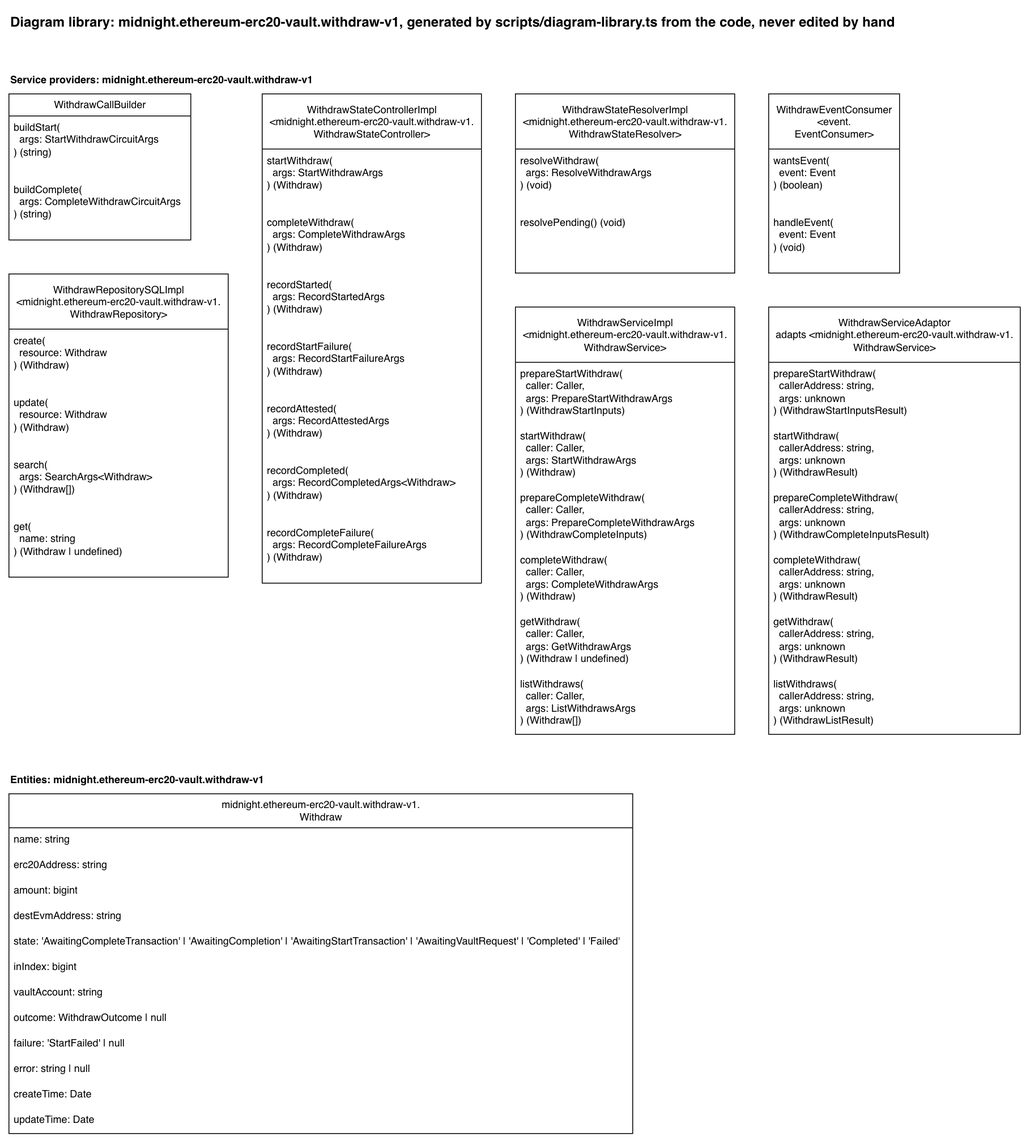
Before: docs/diagram-library/midnight/ethereum-erc20-vault/withdraw-v1/diagram-library.drawio.png, a diagram exported from draw.io (sig-net/full-stack-demo). Source tidied: cells renumbered, new cells last; positions are measured from the earlier drawing's top-left corner, leaving out a move shared by most shapes.
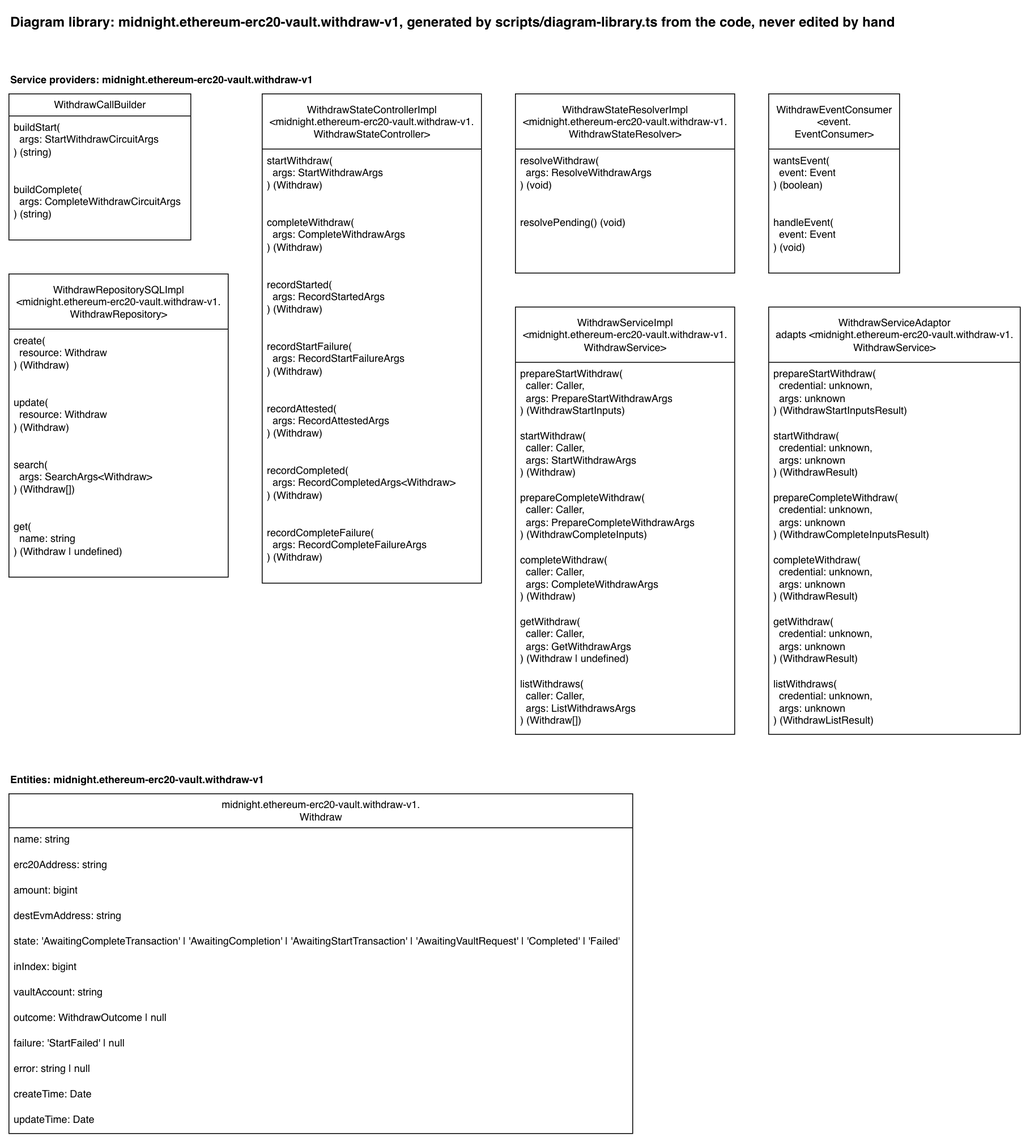
The same file after the commit.

The edit, as a diff of the source:
```diff
@@ -98,22 +98,22 @@
     <mxCell id="33" value="WithdrawServiceAdaptor&lt;br&gt;adapts &amp;lt;midnight.ethereum-erc20-vault.withdraw-v1.&lt;br&gt;WithdrawService&amp;gt;" style="swimlane;fontStyle=0;horizontal=1;startSize=65;fillColor=default;html=1;fillStyle=solid;" parent="1" vertex="1">
       <mxGeometry x="894" y="351" width="296" height="503" as="geometry" />
     </mxCell>
-    <mxCell id="34" value="prepareStartWithdraw(&lt;br&gt;&amp;nbsp; callerAddress: string,&lt;br&gt;&amp;nbsp; args: unknown&lt;br&gt;) (WithdrawStartInputsResult)" style="text;strokeColor=none;fillColor=none;align=left;verticalAlign=top;spacingLeft=4;spacingRight=4;overflow=hidden;whiteSpace=wrap;html=1;" parent="33" vertex="1">
+    <mxCell id="34" value="prepareStartWithdraw(&lt;br&gt;&amp;nbsp; credential: unknown,&lt;br&gt;&amp;nbsp; args: unknown&lt;br&gt;) (WithdrawStartInputsResult)" style="text;strokeColor=none;fillColor=none;align=left;verticalAlign=top;spacingLeft=4;spacingRight=4;overflow=hidden;whiteSpace=wrap;html=1;" parent="33" vertex="1">
       <mxGeometry y="65" width="296" height="73" as="geometry" />
     </mxCell>
-    <mxCell id="35" value="startWithdraw(&lt;br&gt;&amp;nbsp; callerAddress: string,&lt;br&gt;&amp;nbsp; args: unknown&lt;br&gt;) (WithdrawResult)" style="text;strokeColor=none;fillColor=none;align=left;verticalAlign=top;spacingLeft=4;spacingRight=4;overflow=hidden;whiteSpace=wrap;html=1;" parent="33" vertex="1">
+    <mxCell id="35" value="startWithdraw(&lt;br&gt;&amp;nbsp; credential: unknown,&lt;br&gt;&amp;nbsp; args: unknown&lt;br&gt;) (WithdrawResult)" style="text;strokeColor=none;fillColor=none;align=left;verticalAlign=top;spacingLeft=4;spacingRight=4;overflow=hidden;whiteSpace=wrap;html=1;" parent="33" vertex="1">
       <mxGeometry y="138" width="296" height="73" as="geometry" />
     </mxCell>
-    <mxCell id="36" value="prepareCompleteWithdraw(&lt;br&gt;&amp;nbsp; callerAddress: string,&lt;br&gt;&amp;nbsp; args: unknown&lt;br&gt;) (WithdrawCompleteInputsResult)" style="text;strokeColor=none;fillColor=none;align=left;verticalAlign=top;spacingLeft=4;spacingRight=4;overflow=hidden;whiteSpace=wrap;html=1;" parent="33" vertex="1">
+    <mxCell id="36" value="prepareCompleteWithdraw(&lt;br&gt;&amp;nbsp; credential: unknown,&lt;br&gt;&amp;nbsp; args: unknown&lt;br&gt;) (WithdrawCompleteInputsResult)" style="text;strokeColor=none;fillColor=none;align=left;verticalAlign=top;spacingLeft=4;spacingRight=4;overflow=hidden;whiteSpace=wrap;html=1;" parent="33" vertex="1">
       <mxGeometry y="211" width="296" height="73" as="geometry" />
     </mxCell>
-    <mxCell id="37" value="completeWithdraw(&lt;br&gt;&amp;nbsp; callerAddress: string,&lt;br&gt;&amp;nbsp; args: unknown&lt;br&gt;) (WithdrawResult)" style="text;strokeColor=none;fillColor=none;align=left;verticalAlign=top;spacingLeft=4;spacingRight=4;overflow=hidden;whiteSpace=wrap;html=1;" parent="33" vertex="1">
+    <mxCell id="37" value="completeWithdraw(&lt;br&gt;&amp;nbsp; credential: unknown,&lt;br&gt;&amp;nbsp; args: unknown&lt;br&gt;) (WithdrawResult)" style="text;strokeColor=none;fillColor=none;align=left;verticalAlign=top;spacingLeft=4;spacingRight=4;overflow=hidden;whiteSpace=wrap;html=1;" parent="33" vertex="1">
       <mxGeometry y="284" width="296" height="73" as="geometry" />
     </mxCell>
-    <mxCell id="38" value="getWithdraw(&lt;br&gt;&amp;nbsp; callerAddress: string,&lt;br&gt;&amp;nbsp; args: unknown&lt;br&gt;) (WithdrawResult)" style="text;strokeColor=none;fillColor=none;align=left;verticalAlign=top;spacingLeft=4;spacingRight=4;overflow=hidden;whiteSpace=wrap;html=1;" parent="33" vertex="1">
+    <mxCell id="38" value="getWithdraw(&lt;br&gt;&amp;nbsp; credential: unknown,&lt;br&gt;&amp;nbsp; args: unknown&lt;br&gt;) (WithdrawResult)" style="text;strokeColor=none;fillColor=none;align=left;verticalAlign=top;spacingLeft=4;spacingRight=4;overflow=hidden;whiteSpace=wrap;html=1;" parent="33" vertex="1">
       <mxGeometry y="357" width="296" height="73" as="geometry" />
     </mxCell>
-    <mxCell id="39" value="listWithdraws(&lt;br&gt;&amp;nbsp; callerAddress: string,&lt;br&gt;&amp;nbsp; args: unknown&lt;br&gt;) (WithdrawListResult)" style="text;strokeColor=none;fillColor=none;align=left;verticalAlign=top;spacingLeft=4;spacingRight=4;overflow=hidden;whiteSpace=wrap;html=1;" parent="33" vertex="1">
+    <mxCell id="39" value="listWithdraws(&lt;br&gt;&amp;nbsp; credential: unknown,&lt;br&gt;&amp;nbsp; args: unknown&lt;br&gt;) (WithdrawListResult)" style="text;strokeColor=none;fillColor=none;align=left;verticalAlign=top;spacingLeft=4;spacingRight=4;overflow=hidden;whiteSpace=wrap;html=1;" parent="33" vertex="1">
       <mxGeometry y="430" width="296" height="73" as="geometry" />
     </mxCell>
     <mxCell id="40" value="Entities: midnight.ethereum-erc20-vault.withdraw-v1" style="text;html=1;fontStyle=1;" parent="1" vertex="1">
```
